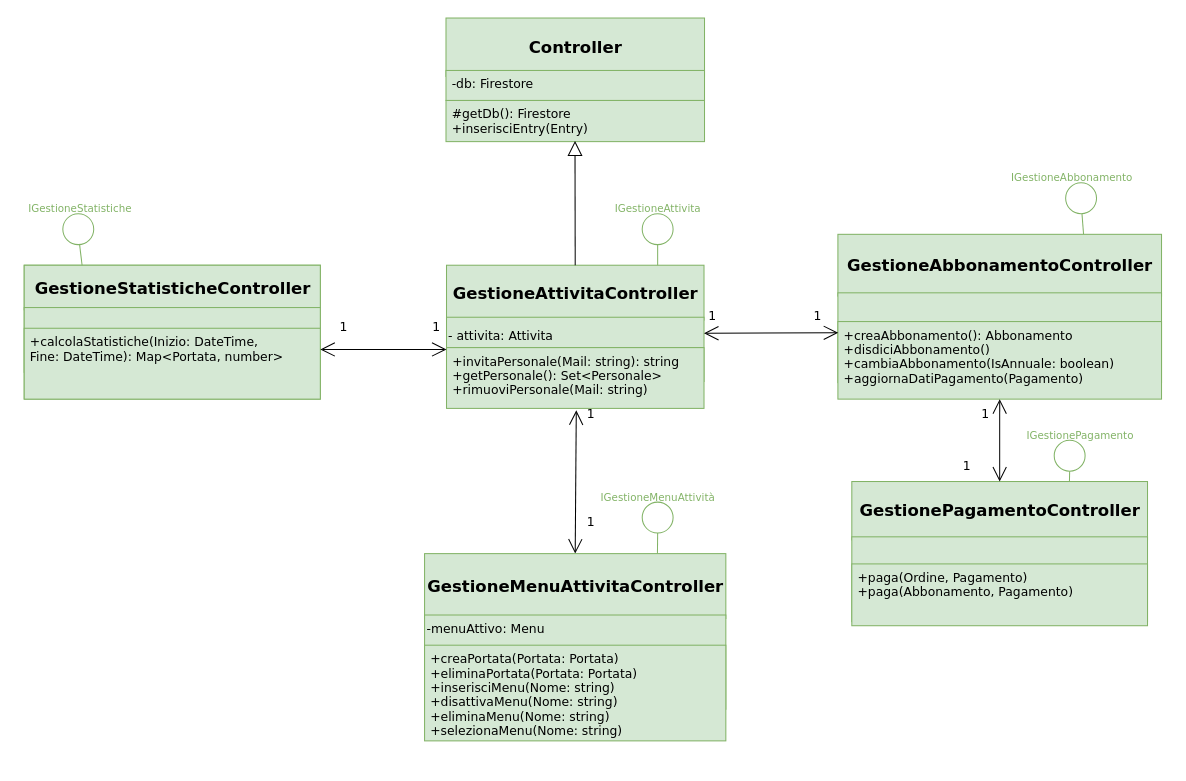
Before: page "attivita" (2 of 5) of progettazione/dettaglio/dettaglioController.drawio in Marco-Burattoni/Progetto-ids, a draw.io diagram. Source tidied: cells renumbered, new cells numbered last; positions are measured from the earlier drawing's top-left corner, leaving out a move shared by most shapes. Both pictures are drawn from the tidied source at 103%, with x=0, y=0 at pixel (18, 18).
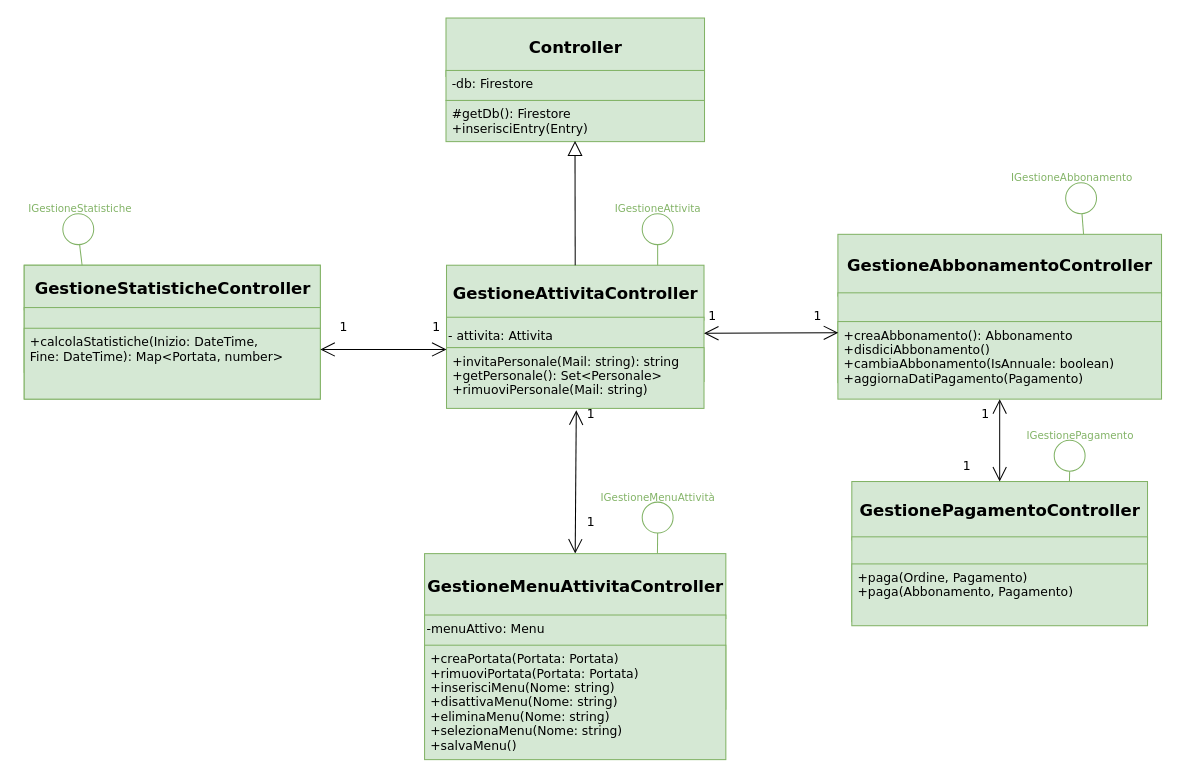
The same diagram, later.

Unchanged cells that the change refers to:
```xml
<mxCell id="54" style="group;fontFamily=Verdana;" parent="1" vertex="1">
  <mxGeometry x="394.7" y="520" width="292.5" height="200" as="geometry" />
</mxCell>
```

Change to the diagram source:
```diff
@@
-    <mxCell id="58" value="+creaPortata(Portata: Portata)&#10;+eliminaPortata(Portata: Portata)&#10;+inserisciMenu(Nome: string)&#10;+disattivaMenu(Nome: string)&#10;+eliminaMenu(Nome: string)&#10;+selezionaMenu(Nome: string)" style="text;strokeColor=#82b366;fillColor=#d5e8d4;align=left;verticalAlign=top;spacingLeft=4;spacingRight=4;overflow=hidden;fontSize=12;fontFamily=Verdana;" parent="54" vertex="1">
-      <mxGeometry y="88.9" width="292.5" height="92.9" as="geometry" />
+    <mxCell id="58" value="+creaPortata(Portata: Portata)&#10;+rimuoviPortata(Portata: Portata)&#10;+inserisciMenu(Nome: string)&#10;+disattivaMenu(Nome: string)&#10;+eliminaMenu(Nome: string)&#10;+selezionaMenu(Nome: string)&#10;+salvaMenu()" style="text;strokeColor=#82b366;fillColor=#d5e8d4;align=left;verticalAlign=top;spacingLeft=4;spacingRight=4;overflow=hidden;fontSize=12;fontFamily=Verdana;" parent="54" vertex="1">
+      <mxGeometry y="88.9" width="292.5" height="111.1" as="geometry" />
     </mxCell>
```
